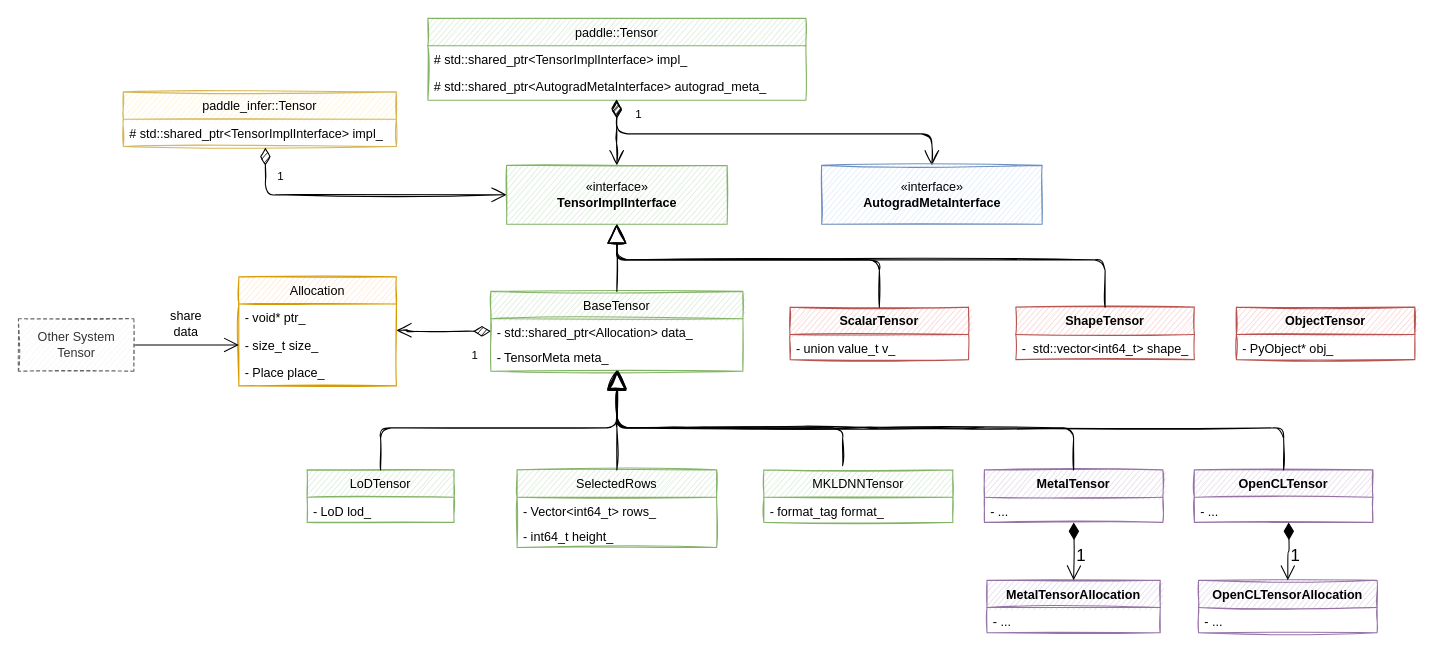
The draw.io diagram page "new-tensor-design" (16 of 16) of op2func.drawio in chenwhql/diagrams, before the edit. Source tidied: cells renumbered, new cells numbered last; positions are measured from the earlier drawing's top-left corner, leaving out a move shared by most shapes. Both pictures are drawn from the tidied source at 105%, with x=0, y=0 at pixel (18, 18).
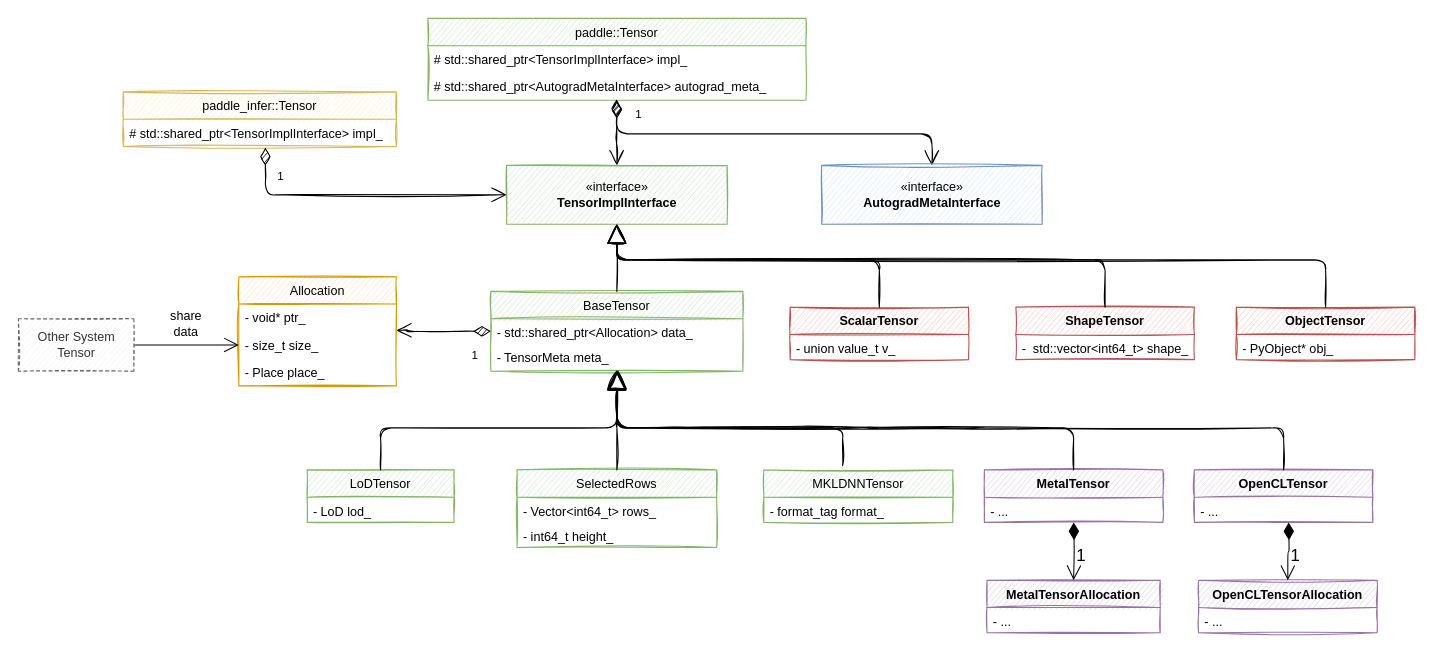
The same page after the edit.

Unchanged cells that the change refers to:
```xml
<mxCell id="28" value="«interface»&lt;br&gt;&lt;b&gt;TensorImplInterface&lt;/b&gt;" style="html=1;sketch=1;fontStyle=0;strokeColor=#82b366;fillColor=#d5e8d4;startSize=26;" parent="1" vertex="1">
  <mxGeometry x="465" y="140" width="210" height="56" as="geometry" />
</mxCell>
<mxCell id="52" value="ObjectTensor" style="swimlane;fontStyle=1;horizontal=1;startSize=26;fillColor=#f8cecc;strokeColor=#b85450;sketch=1;" parent="1" vertex="1">
  <mxGeometry x="1160" y="275" width="170" height="50" as="geometry" />
</mxCell>
```

Change to the diagram source:
```diff
@@
+    <mxCell id="54" style="endArrow=block;endSize=16;endFill=0;html=1;fontSize=16;exitX=0.5;exitY=0;exitDx=0;exitDy=0;sketch=1;entryX=0.5;entryY=1;entryDx=0;entryDy=0;" parent="1" edge="1" source="52" target="28">
+      <mxGeometry x="-0.03" y="-20" relative="1" as="geometry">
+        <Array as="points">
+          <mxPoint x="1245" y="230" />
+          <mxPoint x="570" y="230" />
+        </Array>
+      </mxGeometry>
+    </mxCell>
```
